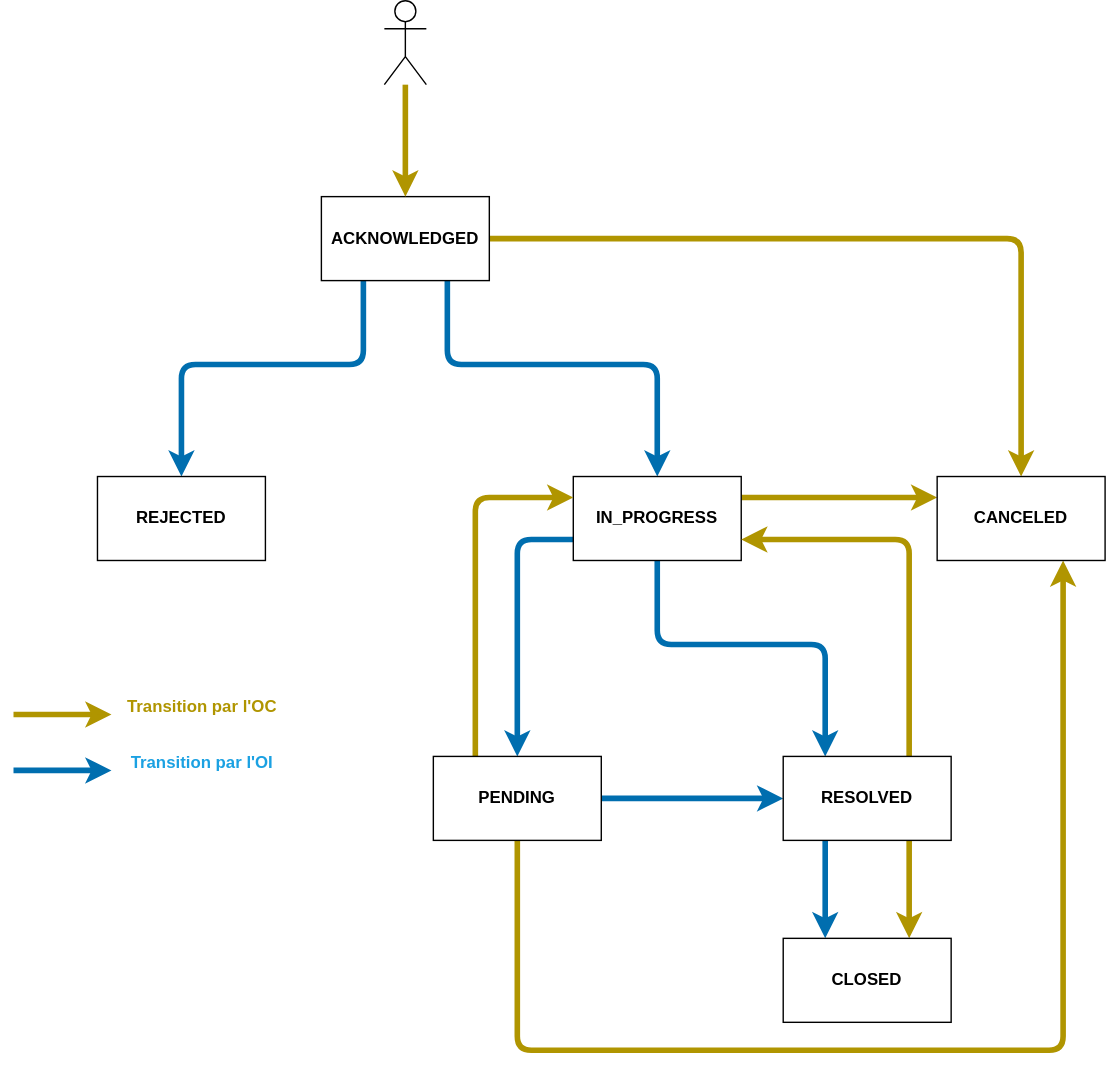
Before: status.drawio.svg, a diagram exported from draw.io (before-interop/anomalieAdresse). Source tidied: cells renumbered, new cells last; positions are measured from the earlier drawing's top-left corner, leaving out a move shared by most shapes.
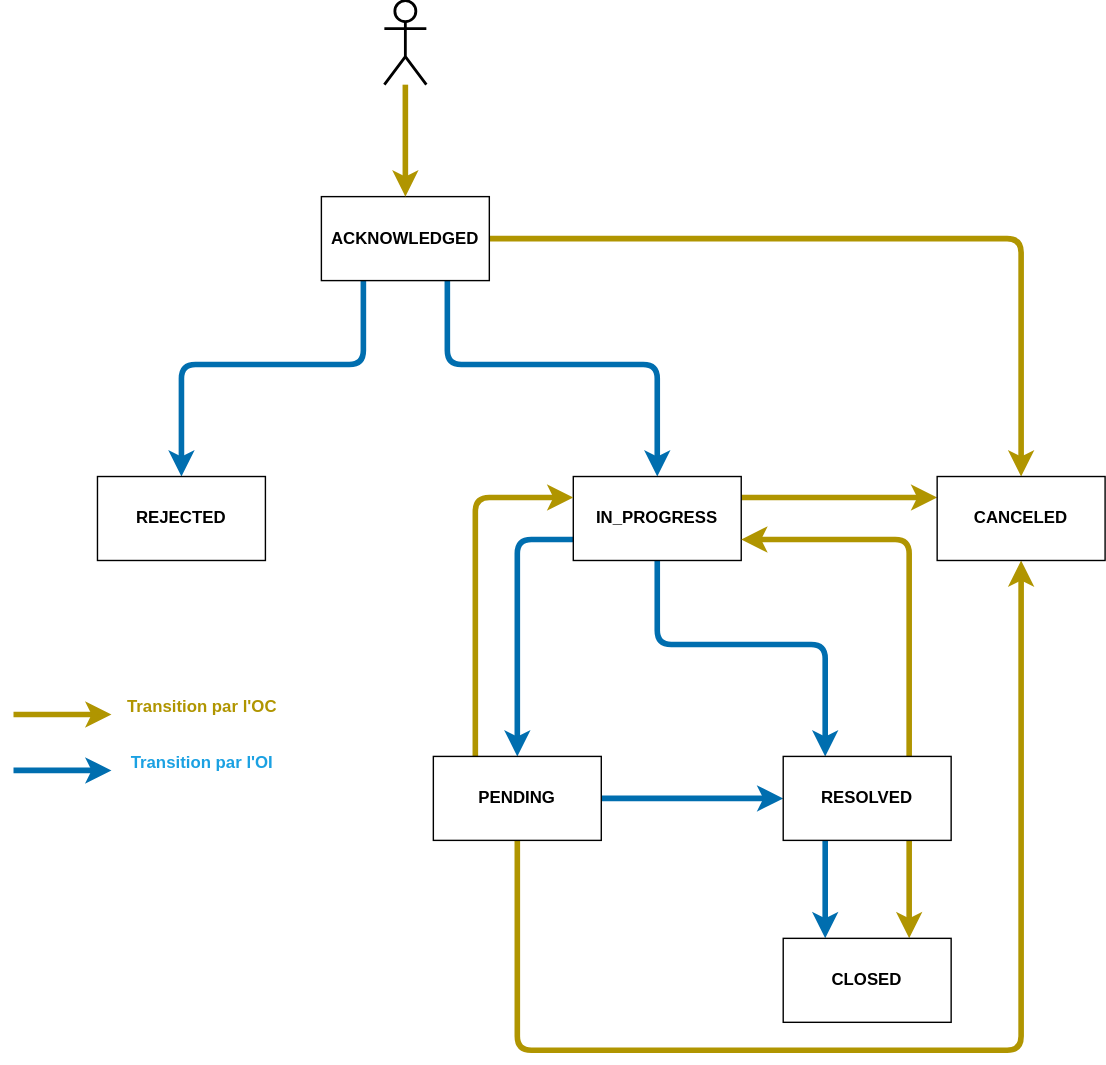
Above is the later version.

Commit message:
add relationship between note/attachment and anomalie

Change to the diagram source:
```diff
@@ -62,12 +62,12 @@
         </Array>
       </mxGeometry>
     </mxCell>
-    <mxCell id="13" style="edgeStyle=none;html=1;entryX=0.75;entryY=1;entryDx=0;entryDy=0;strokeWidth=4;fontColor=#1BA1E2;fillColor=#e3c800;strokeColor=#B09500;" parent="1" edge="1" source="14" target="19">
+    <mxCell id="13" style="edgeStyle=none;html=1;entryX=0.5;entryY=1;entryDx=0;entryDy=0;strokeWidth=4;fontColor=#1BA1E2;fillColor=#e3c800;strokeColor=#B09500;" parent="1" edge="1" source="14" target="19">
       <mxGeometry relative="1" as="geometry">
         <Array as="points">
           <mxPoint x="360" y="750" />
           <mxPoint x="550" y="750" />
-          <mxPoint x="750" y="750" />
+          <mxPoint x="720" y="750" />
         </Array>
       </mxGeometry>
     </mxCell>
@@ -117,7 +117,7 @@
     <mxCell id="25" style="edgeStyle=none;html=1;entryX=0.5;entryY=0;entryDx=0;entryDy=0;strokeWidth=4;fontColor=#1BA1E2;fillColor=#e3c800;strokeColor=#B09500;" parent="1" edge="1" source="26" target="5">
       <mxGeometry relative="1" as="geometry" />
     </mxCell>
-    <mxCell id="26" style="shape=umlActor;verticalLabelPosition=bottom;verticalAlign=top;html=1;outlineConnect=0;fontColor=#1BA1E2;" parent="1" vertex="1">
+    <mxCell id="26" style="shape=umlActor;verticalLabelPosition=bottom;verticalAlign=top;html=1;outlineConnect=0;fontColor=#1BA1E2;fontStyle=0;strokeWidth=2;" parent="1" vertex="1">
       <mxGeometry x="265" width="30" height="60" as="geometry" />
     </mxCell>
   </root>
```
